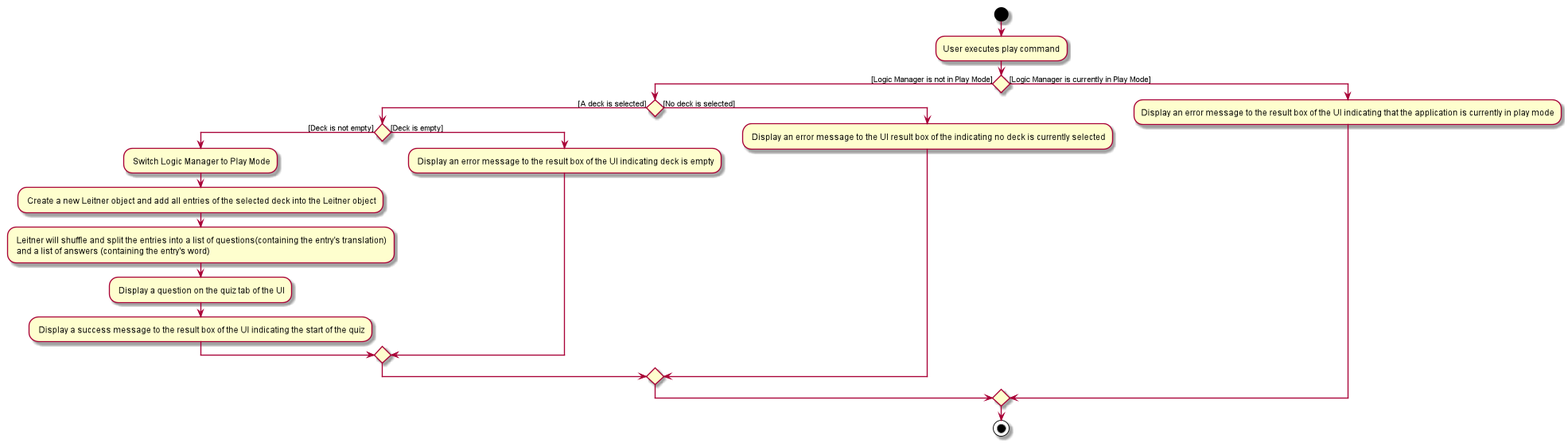
This is docs/images/PlayActivityDiagram.png from vigneshbhuvan-nus/tp, a PlantUML export, as it was before one commit. The source it was exported from:
```plantuml
@startuml
start
:User executes play command;

if() then ([Logic Manager is not in Play Mode])
    if() then ([A deck is selected])
        if() then ([Deck is not empty])
        : Switch Logic Manager to Play Mode;
        : Create a new Leitner object and add all entries of the selected deck into the Leitner object;
        : Leitner will shuffle and split the entries into a list of questions(containing the entry's translation)
         and a list of answers (containing the entry's word);
        : Display a question on the quiz tab of the UI;
        : Display a success message to the result box of the UI indicating the start of the quiz;
        else ([Deck is empty])
        : Display an error message to the result box of the UI indicating deck is empty;
        endif
    else ([No deck is selected])
    : Display an error message to the UI result box of the indicating no deck is currently selected;
    endif
else([Logic Manager is currently in Play Mode])
:Display an error message to the result box of the UI indicating that the application is currently in play mode;
endif
stop
@enduml
```
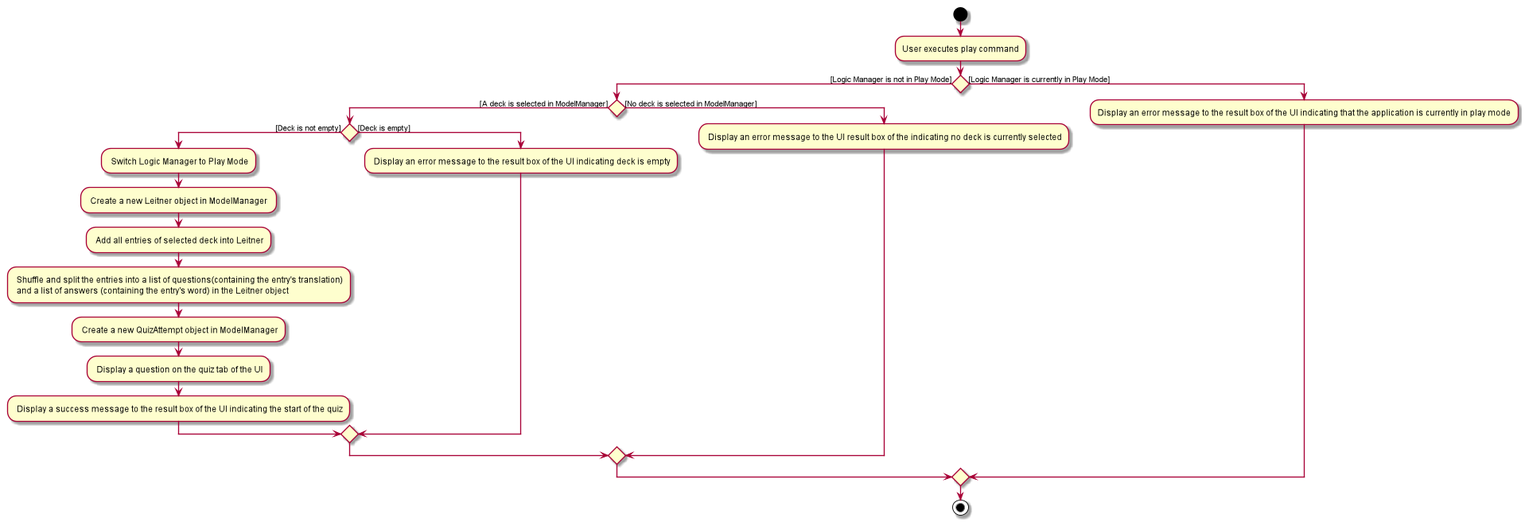
Later version of the same file.

Change to the diagram source:
```diff
@@ -3,18 +3,20 @@
 :User executes play command;
 
 if() then ([Logic Manager is not in Play Mode])
-    if() then ([A deck is selected])
+    if() then ([A deck is selected in ModelManager])
         if() then ([Deck is not empty])
         : Switch Logic Manager to Play Mode;
-        : Create a new Leitner object and add all entries of the selected deck into the Leitner object;
-        : Leitner will shuffle and split the entries into a list of questions(containing the entry's translation)
-         and a list of answers (containing the entry's word);
+        : Create a new Leitner object in ModelManager ;
+        : Add all entries of selected deck into Leitner;
+        : Shuffle and split the entries into a list of questions(containing the entry's translation)
+         and a list of answers (containing the entry's word) in the Leitner object;
+        : Create a new QuizAttempt object in ModelManager;
         : Display a question on the quiz tab of the UI;
         : Display a success message to the result box of the UI indicating the start of the quiz;
         else ([Deck is empty])
         : Display an error message to the result box of the UI indicating deck is empty;
         endif
-    else ([No deck is selected])
+    else ([No deck is selected in ModelManager])
     : Display an error message to the UI result box of the indicating no deck is currently selected;
     endif
 else([Logic Manager is currently in Play Mode])
```
